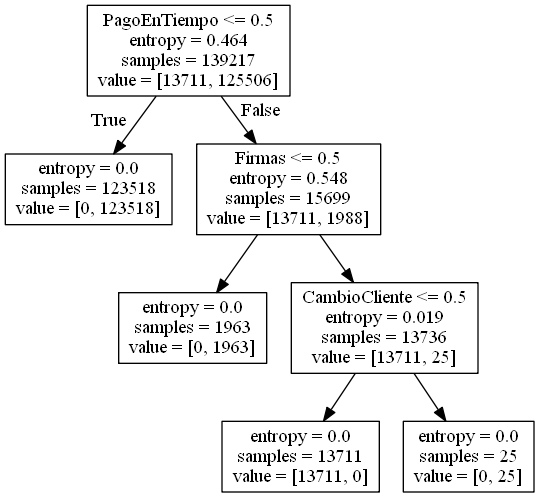
This is Machine_Learning/HrdzPython/DecisionTreeML_Hrdz/HerdezSet.png from thinkcares/thinkcares, a Graphviz export, as it was before one commit. Its source is kept beside it as Machine_Learning/HrdzPython/DecisionTreeML_Hrdz/HerdezSet.dot.
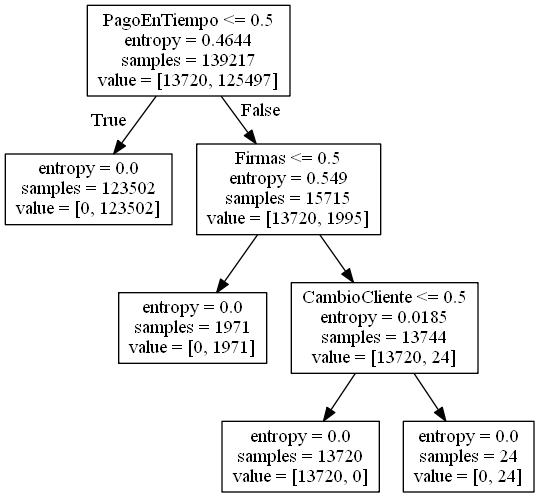
After the commit.

What changed in the source:
```diff
@@ -1,16 +1,16 @@
 digraph Tree {
 node [shape=box] ;
-0 [label="PagoEnTiempo <= 0.5\nentropy = 0.464\nsamples = 139217\nvalue = [13711, 125506]"] ;
-1 [label="entropy = 0.0\nsamples = 123518\nvalue = [0, 123518]"] ;
+0 [label="PagoEnTiempo <= 0.5\nentropy = 0.4644\nsamples = 139217\nvalue = [13720, 125497]"] ;
+1 [label="entropy = 0.0\nsamples = 123502\nvalue = [0, 123502]"] ;
 0 -> 1 [labeldistance=2.5, labelangle=45, headlabel="True"] ;
-2 [label="Firmas <= 0.5\nentropy = 0.548\nsamples = 15699\nvalue = [13711, 1988]"] ;
+2 [label="Firmas <= 0.5\nentropy = 0.549\nsamples = 15715\nvalue = [13720, 1995]"] ;
 0 -> 2 [labeldistance=2.5, labelangle=-45, headlabel="False"] ;
-3 [label="entropy = 0.0\nsamples = 1963\nvalue = [0, 1963]"] ;
+3 [label="entropy = 0.0\nsamples = 1971\nvalue = [0, 1971]"] ;
 2 -> 3 ;
-4 [label="CambioCliente <= 0.5\nentropy = 0.019\nsamples = 13736\nvalue = [13711, 25]"] ;
+4 [label="CambioCliente <= 0.5\nentropy = 0.0185\nsamples = 13744\nvalue = [13720, 24]"] ;
 2 -> 4 ;
-5 [label="entropy = 0.0\nsamples = 13711\nvalue = [13711, 0]"] ;
+5 [label="entropy = 0.0\nsamples = 13720\nvalue = [13720, 0]"] ;
 4 -> 5 ;
-6 [label="entropy = 0.0\nsamples = 25\nvalue = [0, 25]"] ;
+6 [label="entropy = 0.0\nsamples = 24\nvalue = [0, 24]"] ;
 4 -> 6 ;
 }
```
